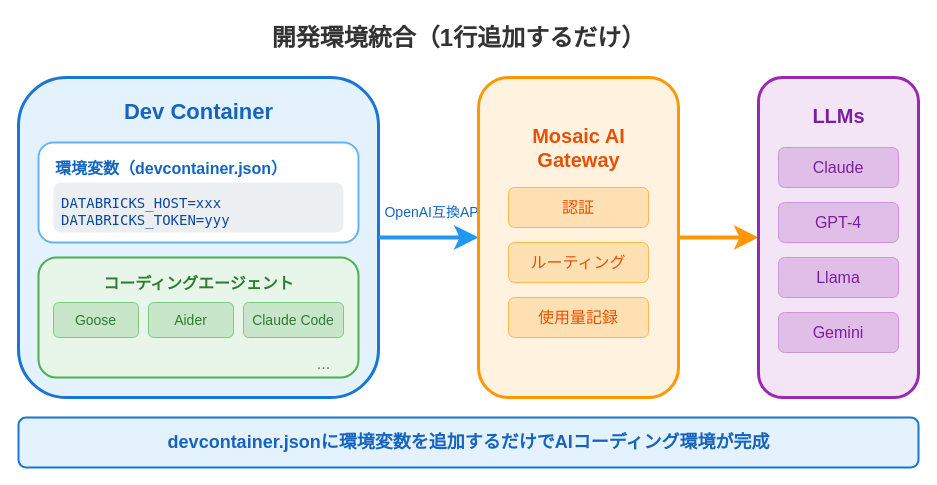
Before: assets/2026-01-27-jedai-ai-gateway/dev-environment.drawio in i9wa4/i9wa4.github.io, a draw.io diagram. Source tidied: cells renumbered, new cells numbered last; positions are measured from the earlier drawing's top-left corner, leaving out a move shared by most shapes. Both pictures are drawn from the tidied source at 100%, with x=0, y=0 at pixel (18, 17).
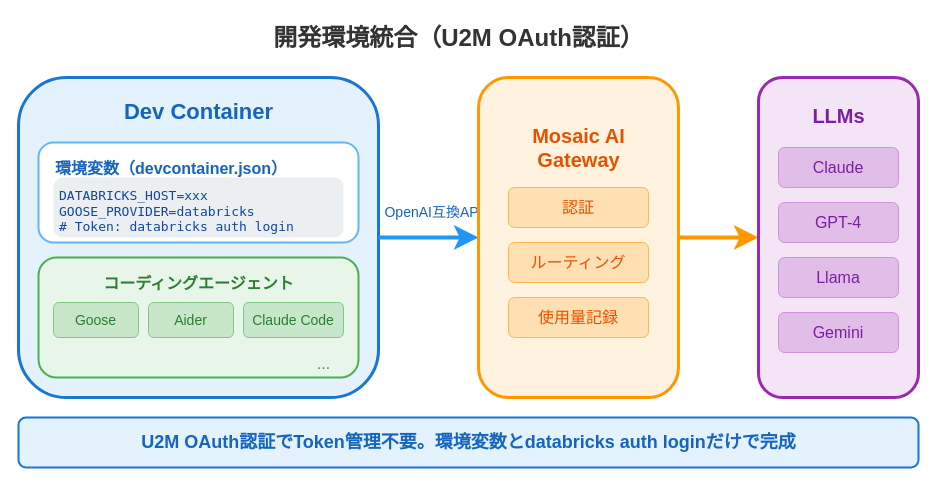
Above is the later version.

The edit, as a diff of the source:
```diff
@@
-    <mxCell id="2" value="開発環境統合（1行追加するだけ）" style="text;html=1;fontSize=24;fontFamily=Noto Sans JP;fontStyle=1;fontColor=#333333;align=center;" parent="1" vertex="1">
+    <mxCell id="2" value="開発環境統合（U2M OAuth認証）" style="text;html=1;fontSize=24;fontFamily=Noto Sans JP;fontStyle=1;fontColor=#333333;align=center;" parent="1" vertex="1">
       <mxGeometry x="190" width="500" height="40" as="geometry" />
     </mxCell>
@@
-    <mxCell id="7" value="DATABRICKS_HOST=xxx&lt;br&gt;DATABRICKS_TOKEN=yyy" style="text;html=1;fontSize=14;fontFamily=monospace;fontColor=#0D47A1;align=left;fillColor=#ECEFF1;rounded=1;spacing=8;" parent="1" vertex="1">
-      <mxGeometry x="35" y="165" width="290" height="50" as="geometry" />
+    <mxCell id="7" value="DATABRICKS_HOST=xxx&lt;br&gt;GOOSE_PROVIDER=databricks&lt;br&gt;# Token: databricks auth login" style="text;html=1;fontSize=13;fontFamily=monospace;fontColor=#0D47A1;align=left;fillColor=#ECEFF1;rounded=1;spacing=6;" parent="1" vertex="1">
+      <mxGeometry x="35" y="160" width="290" height="60" as="geometry" />
     </mxCell>
@@
-    <mxCell id="29" value="devcontainer.jsonに環境変数を追加するだけでAIコーディング環境が完成" style="text;html=1;fontSize=18;fontFamily=Noto Sans JP;fontStyle=1;fontColor=#1565C0;align=center;verticalAlign=middle;" parent="1" vertex="1">
+    <mxCell id="29" value="U2M OAuth認証でToken管理不要。環境変数とdatabricks auth loginだけで完成" style="text;html=1;fontSize=18;fontFamily=Noto Sans JP;fontStyle=1;fontColor=#1565C0;align=center;verticalAlign=middle;" parent="1" vertex="1">
       <mxGeometry y="410" width="900" height="30" as="geometry" />
     </mxCell>
```
